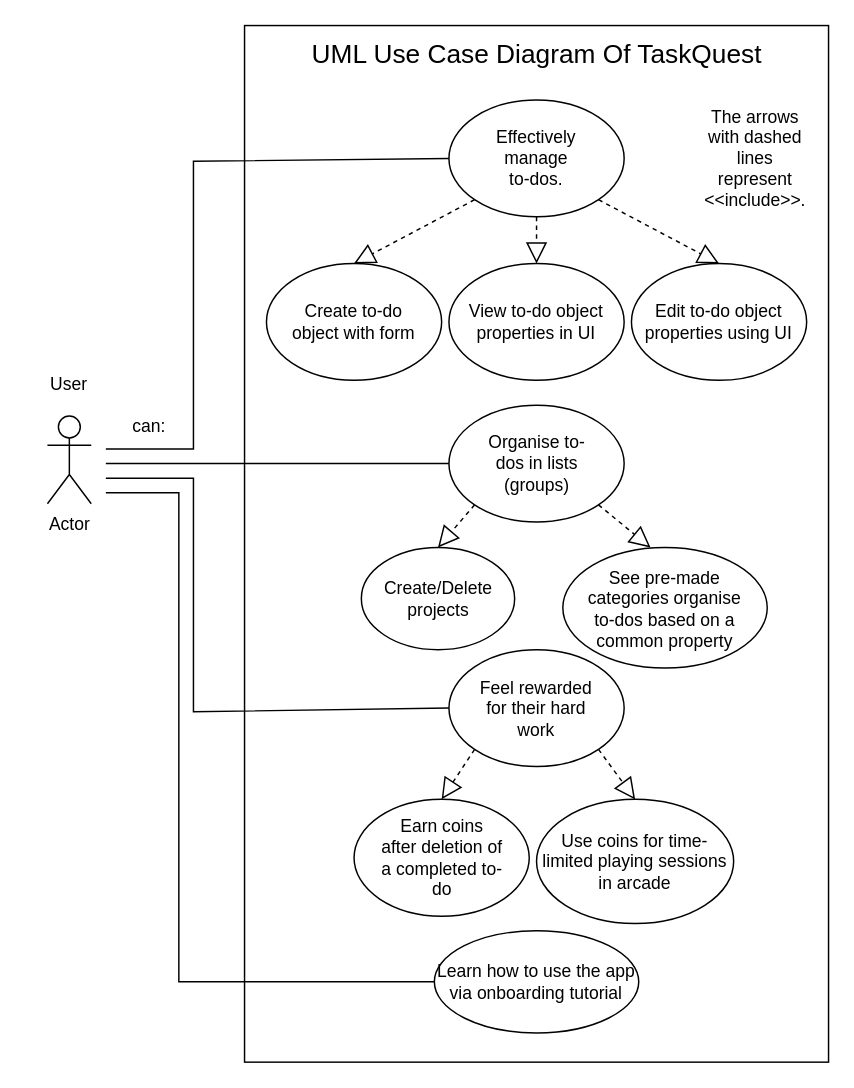
This is TaskQuest-Cloud-UML-Use-Case-Diagram.drawio from Ariel-Mutebi/Denarius, a draw.io file, before an edit. Source tidied: cells renumbered, new cells numbered last; positions are measured from the earlier drawing's top-left corner, leaving out a move shared by most shapes. Both pictures are drawn from the tidied source at 146%, with x=0, y=0 at pixel (25, 25).
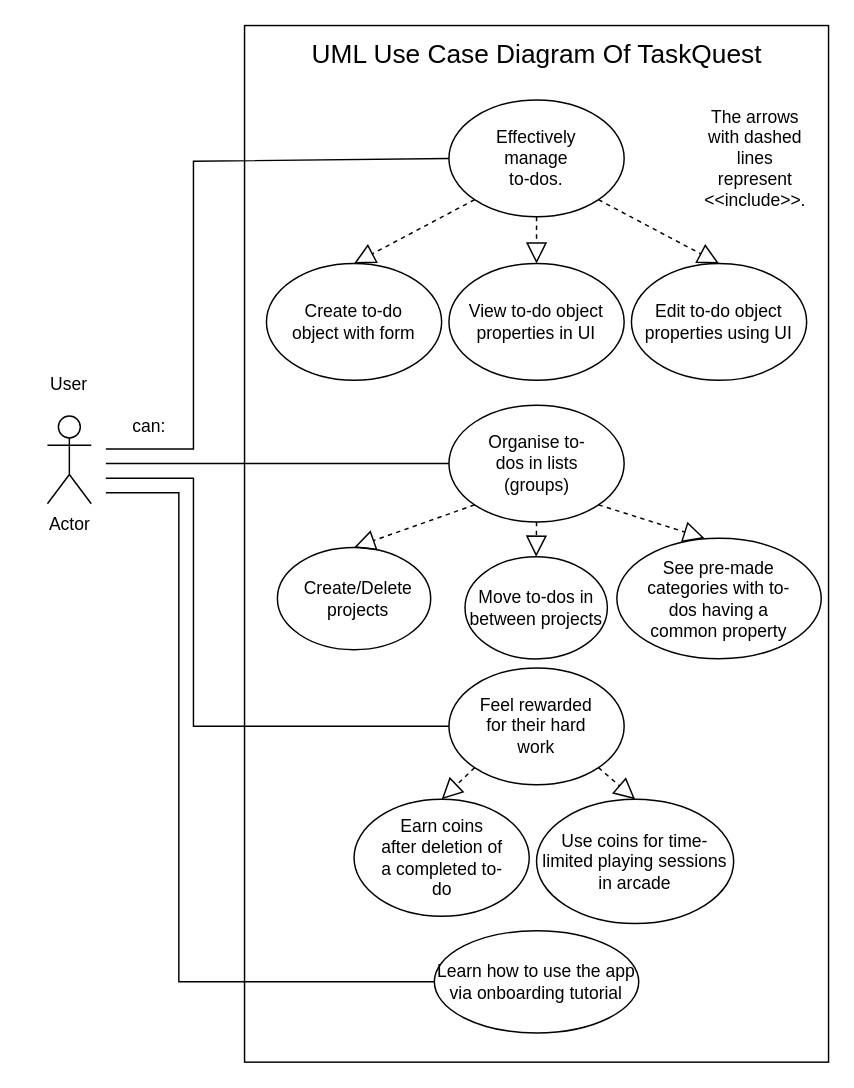
The same page after the edit.

Commit message:
remembered to add certain use-case

Unchanged cells that the change refers to:
```xml
<mxCell id="19" style="ellipse;whiteSpace=wrap;html=1;" parent="1" vertex="1">
  <mxGeometry x="290" y="260" width="120" height="80" as="geometry" />
</mxCell>
```

The edit, as a diff of the source:
```diff
@@
     <mxCell id="22" style="ellipse;whiteSpace=wrap;html=1;" parent="1" vertex="1">
-      <mxGeometry x="230" y="357.5" width="105" height="70" as="geometry" />
+      <mxGeometry x="172.5" y="357.5" width="105" height="70" as="geometry" />
     </mxCell>
     <mxCell id="23" value="Create/Delete projects" style="text;html=1;align=center;verticalAlign=middle;whiteSpace=wrap;rounded=0;" parent="1" vertex="1">
-      <mxGeometry x="247.5" y="377.5" width="70" height="30" as="geometry" />
+      <mxGeometry x="193" y="377.5" width="70" height="30" as="geometry" />
     </mxCell>
@@
     <mxCell id="25" style="ellipse;whiteSpace=wrap;html=1;" parent="1" vertex="1">
-      <mxGeometry x="368" y="357.5" width="140" height="82.5" as="geometry" />
+      <mxGeometry x="405" y="351.2" width="140" height="82.5" as="geometry" />
     </mxCell>
-    <mxCell id="26" value="See pre-made categories organise to-dos based on a common property" style="text;html=1;align=center;verticalAlign=middle;whiteSpace=wrap;rounded=0;" parent="1" vertex="1">
-      <mxGeometry x="383" y="372.5" width="110" height="55" as="geometry" />
+    <mxCell id="26" value="See pre-made categories with to-dos having a common property" style="text;html=1;align=center;verticalAlign=middle;whiteSpace=wrap;rounded=0;" parent="1" vertex="1">
+      <mxGeometry x="420" y="365" width="110" height="55" as="geometry" />
     </mxCell>
@@
     <mxCell id="28" style="endArrow=none;html=1;rounded=0;entryX=0;entryY=0.5;entryDx=0;entryDy=0;" parent="1" edge="1" target="29">
       <mxGeometry relative="1" as="geometry">
         <mxPoint x="55" y="310" as="sourcePoint" />
         <Array as="points">
           <mxPoint x="115" y="310" />
-          <mxPoint x="115" y="470" />
+          <mxPoint x="115" y="480" />
         </Array>
       </mxGeometry>
     </mxCell>
     <mxCell id="29" style="ellipse;whiteSpace=wrap;html=1;" parent="1" vertex="1">
-      <mxGeometry x="290" y="427.5" width="120" height="80" as="geometry" />
+      <mxGeometry x="290" y="440" width="120" height="80" as="geometry" />
     </mxCell>
     <mxCell id="30" value="Feel rewarded for their hard work" style="text;html=1;align=center;verticalAlign=middle;whiteSpace=wrap;rounded=0;" parent="1" vertex="1">
-      <mxGeometry x="310" y="452.5" width="80" height="30" as="geometry" />
+      <mxGeometry x="310" y="465" width="80" height="30" as="geometry" />
     </mxCell>
@@
+    <mxCell id="39" value="Move to-dos in between projects" style="ellipse;whiteSpace=wrap;html=1;" parent="1" vertex="1">
+      <mxGeometry x="301" y="363.8" width="97.5" height="70" as="geometry" />
+    </mxCell>
+    <mxCell id="40" style="endArrow=block;dashed=1;endFill=0;endSize=12;html=1;rounded=0;exitX=0.5;exitY=1;exitDx=0;exitDy=0;" parent="1" edge="1" source="19" target="39">
+      <mxGeometry relative="1" as="geometry" />
+    </mxCell>
```
